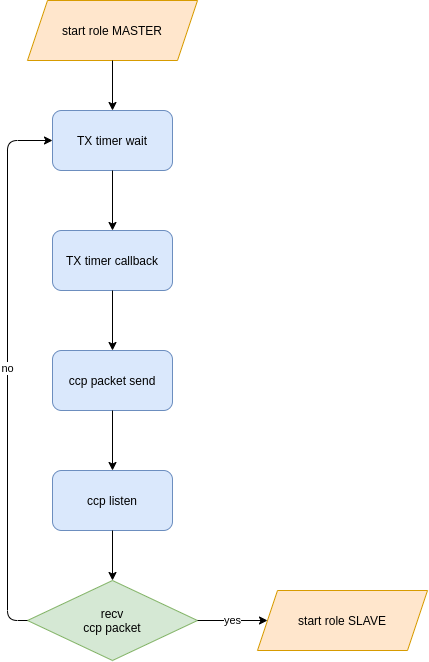
This is reports/03_firmware/img/ccp_master_flow_chart.png from tuannv-github/uwb-ips, a draw.io export, as it was before one commit. Source tidied: cells renumbered, new cells last; positions are measured from the earlier drawing's top-left corner, leaving out a move shared by most shapes. Its diagram source:
```xml
<mxGraphModel>
  <root>
    <mxCell id="0" />
    <mxCell id="1" parent="0" />
    <mxCell id="2" value="yes" style="endArrow=classic;html=1;exitX=0.5;exitY=1;exitDx=0;exitDy=0;entryX=0;entryY=0.5;entryDx=0;entryDy=0;" parent="1" edge="1" source="x">
      <mxGeometry relative="1" as="geometry">
        <mxPoint x="70" y="50" as="targetPoint" />
        <Array as="points">
          <mxPoint x="310" y="840" />
          <mxPoint y="840" />
          <mxPoint y="50" />
        </Array>
      </mxGeometry>
    </mxCell>
    <mxCell id="3" value="&lt;span&gt;start role MASTER&lt;/span&gt;&lt;span&gt;&lt;br&gt;&lt;/span&gt;" style="shape=parallelogram;perimeter=parallelogramPerimeter;whiteSpace=wrap;html=1;fixedSize=1;fillColor=#ffe6cc;strokeColor=#d79b00;" parent="1" vertex="1">
      <mxGeometry x="90" width="170" height="60" as="geometry" />
    </mxCell>
    <mxCell id="4" value="&lt;span&gt;TX timer callback&lt;/span&gt;" style="rounded=1;whiteSpace=wrap;html=1;fillColor=#dae8fc;strokeColor=#6c8ebf;" parent="1" vertex="1">
      <mxGeometry x="115" y="230" width="120" height="60" as="geometry" />
    </mxCell>
    <mxCell id="5" style="endArrow=classic;html=1;exitX=0.5;exitY=1;exitDx=0;exitDy=0;entryX=0.5;entryY=0;entryDx=0;entryDy=0;" parent="1" edge="1" source="3" target="8">
      <mxGeometry relative="1" as="geometry" />
    </mxCell>
    <mxCell id="6" value="ccp packet send" style="rounded=1;whiteSpace=wrap;html=1;fillColor=#dae8fc;strokeColor=#6c8ebf;" parent="1" vertex="1">
      <mxGeometry x="115" y="350" width="120" height="60" as="geometry" />
    </mxCell>
    <mxCell id="7" value="ccp listen" style="rounded=1;whiteSpace=wrap;html=1;fillColor=#dae8fc;strokeColor=#6c8ebf;" parent="1" vertex="1">
      <mxGeometry x="115" y="470" width="120" height="60" as="geometry" />
    </mxCell>
    <mxCell id="8" value="&lt;span&gt;TX timer wait&lt;/span&gt;" style="rounded=1;whiteSpace=wrap;html=1;fillColor=#dae8fc;strokeColor=#6c8ebf;" parent="1" vertex="1">
      <mxGeometry x="115" y="110" width="120" height="60" as="geometry" />
    </mxCell>
    <mxCell id="9" style="endArrow=classic;html=1;exitX=0.5;exitY=1;exitDx=0;exitDy=0;entryX=0.5;entryY=0;entryDx=0;entryDy=0;" parent="1" edge="1" source="8" target="4">
      <mxGeometry relative="1" as="geometry" />
    </mxCell>
    <mxCell id="10" style="endArrow=classic;html=1;exitX=0.5;exitY=1;exitDx=0;exitDy=0;entryX=0.5;entryY=0;entryDx=0;entryDy=0;" parent="1" edge="1" source="4" target="6">
      <mxGeometry relative="1" as="geometry" />
    </mxCell>
    <mxCell id="11" value="recv&lt;br&gt;ccp packet" style="rhombus;whiteSpace=wrap;html=1;fillColor=#d5e8d4;strokeColor=#82b366;" parent="1" vertex="1">
      <mxGeometry x="90" y="580" width="170" height="80" as="geometry" />
    </mxCell>
    <mxCell id="12" style="endArrow=classic;html=1;exitX=0.5;exitY=1;exitDx=0;exitDy=0;entryX=0.5;entryY=0;entryDx=0;entryDy=0;" parent="1" edge="1" source="6" target="7">
      <mxGeometry relative="1" as="geometry" />
    </mxCell>
    <mxCell id="13" style="endArrow=classic;html=1;exitX=0.5;exitY=1;exitDx=0;exitDy=0;entryX=0.5;entryY=0;entryDx=0;entryDy=0;" parent="1" edge="1" source="7" target="11">
      <mxGeometry relative="1" as="geometry" />
    </mxCell>
    <mxCell id="14" value="&lt;span&gt;start role SLAVE&lt;/span&gt;&lt;span&gt;&lt;br&gt;&lt;/span&gt;" style="shape=parallelogram;perimeter=parallelogramPerimeter;whiteSpace=wrap;html=1;fixedSize=1;fillColor=#ffe6cc;strokeColor=#d79b00;" parent="1" vertex="1">
      <mxGeometry x="320" y="590" width="170" height="60" as="geometry" />
    </mxCell>
    <mxCell id="15" value="yes" style="endArrow=classic;html=1;exitX=1;exitY=0.5;exitDx=0;exitDy=0;entryX=0;entryY=0.5;entryDx=0;entryDy=0;" parent="1" edge="1" source="11" target="14">
      <mxGeometry relative="1" as="geometry" />
    </mxCell>
    <mxCell id="16" value="no" style="endArrow=classic;html=1;exitX=0;exitY=0.5;exitDx=0;exitDy=0;entryX=0;entryY=0.5;entryDx=0;entryDy=0;" parent="1" edge="1" source="11" target="8">
      <mxGeometry relative="1" as="geometry">
        <Array as="points">
          <mxPoint x="70" y="620" />
          <mxPoint x="70" y="140" />
        </Array>
      </mxGeometry>
    </mxCell>
  </root>
</mxGraphModel>
```
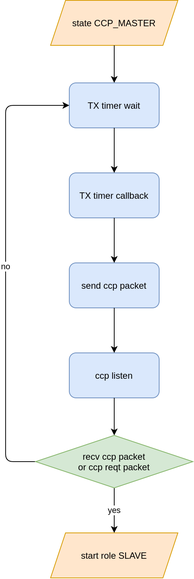
Above is the later version.

Commit message:
add ccp packet description

The edit, as a diff of the source:
```diff
@@ -2,17 +2,7 @@
   <root>
     <mxCell id="0" />
     <mxCell id="1" parent="0" />
-    <mxCell id="2" value="yes" style="endArrow=classic;html=1;exitX=0.5;exitY=1;exitDx=0;exitDy=0;entryX=0;entryY=0.5;entryDx=0;entryDy=0;" parent="1" edge="1" source="x">
-      <mxGeometry relative="1" as="geometry">
-        <mxPoint x="70" y="50" as="targetPoint" />
-        <Array as="points">
-          <mxPoint x="310" y="840" />
-          <mxPoint y="840" />
-          <mxPoint y="50" />
-        </Array>
-      </mxGeometry>
-    </mxCell>
-    <mxCell id="3" value="&lt;span&gt;start role MASTER&lt;/span&gt;&lt;span&gt;&lt;br&gt;&lt;/span&gt;" style="shape=parallelogram;perimeter=parallelogramPerimeter;whiteSpace=wrap;html=1;fixedSize=1;fillColor=#ffe6cc;strokeColor=#d79b00;" parent="1" vertex="1">
+    <mxCell id="3" value="&lt;span&gt;state CCP_MASTER&lt;/span&gt;&lt;span&gt;&lt;br&gt;&lt;/span&gt;" style="shape=parallelogram;perimeter=parallelogramPerimeter;whiteSpace=wrap;html=1;fixedSize=1;fillColor=#ffe6cc;strokeColor=#d79b00;" parent="1" vertex="1">
       <mxGeometry x="90" width="170" height="60" as="geometry" />
     </mxCell>
     <mxCell id="4" value="&lt;span&gt;TX timer callback&lt;/span&gt;" style="rounded=1;whiteSpace=wrap;html=1;fillColor=#dae8fc;strokeColor=#6c8ebf;" parent="1" vertex="1">
@@ -21,7 +11,7 @@
     <mxCell id="5" style="endArrow=classic;html=1;exitX=0.5;exitY=1;exitDx=0;exitDy=0;entryX=0.5;entryY=0;entryDx=0;entryDy=0;" parent="1" edge="1" source="3" target="8">
       <mxGeometry relative="1" as="geometry" />
     </mxCell>
-    <mxCell id="6" value="ccp packet send" style="rounded=1;whiteSpace=wrap;html=1;fillColor=#dae8fc;strokeColor=#6c8ebf;" parent="1" vertex="1">
+    <mxCell id="6" value="send ccp packet" style="rounded=1;whiteSpace=wrap;html=1;fillColor=#dae8fc;strokeColor=#6c8ebf;" parent="1" vertex="1">
       <mxGeometry x="115" y="350" width="120" height="60" as="geometry" />
     </mxCell>
     <mxCell id="7" value="ccp listen" style="rounded=1;whiteSpace=wrap;html=1;fillColor=#dae8fc;strokeColor=#6c8ebf;" parent="1" vertex="1">
@@ -36,28 +26,28 @@
     <mxCell id="10" style="endArrow=classic;html=1;exitX=0.5;exitY=1;exitDx=0;exitDy=0;entryX=0.5;entryY=0;entryDx=0;entryDy=0;" parent="1" edge="1" source="4" target="6">
       <mxGeometry relative="1" as="geometry" />
     </mxCell>
-    <mxCell id="11" value="recv&lt;br&gt;ccp packet" style="rhombus;whiteSpace=wrap;html=1;fillColor=#d5e8d4;strokeColor=#82b366;" parent="1" vertex="1">
-      <mxGeometry x="90" y="580" width="170" height="80" as="geometry" />
-    </mxCell>
     <mxCell id="12" style="endArrow=classic;html=1;exitX=0.5;exitY=1;exitDx=0;exitDy=0;entryX=0.5;entryY=0;entryDx=0;entryDy=0;" parent="1" edge="1" source="6" target="7">
       <mxGeometry relative="1" as="geometry" />
     </mxCell>
-    <mxCell id="13" style="endArrow=classic;html=1;exitX=0.5;exitY=1;exitDx=0;exitDy=0;entryX=0.5;entryY=0;entryDx=0;entryDy=0;" parent="1" edge="1" source="7" target="11">
+    <mxCell id="13" style="endArrow=classic;html=1;exitX=0.5;exitY=1;exitDx=0;exitDy=0;entryX=0.5;entryY=0;entryDx=0;entryDy=0;" parent="1" edge="1" source="7" target="17">
       <mxGeometry relative="1" as="geometry" />
     </mxCell>
     <mxCell id="14" value="&lt;span&gt;start role SLAVE&lt;/span&gt;&lt;span&gt;&lt;br&gt;&lt;/span&gt;" style="shape=parallelogram;perimeter=parallelogramPerimeter;whiteSpace=wrap;html=1;fixedSize=1;fillColor=#ffe6cc;strokeColor=#d79b00;" parent="1" vertex="1">
-      <mxGeometry x="320" y="590" width="170" height="60" as="geometry" />
+      <mxGeometry x="90" y="710" width="170" height="60" as="geometry" />
     </mxCell>
-    <mxCell id="15" value="yes" style="endArrow=classic;html=1;exitX=1;exitY=0.5;exitDx=0;exitDy=0;entryX=0;entryY=0.5;entryDx=0;entryDy=0;" parent="1" edge="1" source="11" target="14">
+    <mxCell id="15" value="yes" style="endArrow=classic;html=1;exitX=0.5;exitY=1;exitDx=0;exitDy=0;entryX=0.5;entryY=0;entryDx=0;entryDy=0;" parent="1" edge="1" source="17" target="14">
       <mxGeometry relative="1" as="geometry" />
     </mxCell>
-    <mxCell id="16" value="no" style="endArrow=classic;html=1;exitX=0;exitY=0.5;exitDx=0;exitDy=0;entryX=0;entryY=0.5;entryDx=0;entryDy=0;" parent="1" edge="1" source="11" target="8">
+    <mxCell id="16" value="no" style="endArrow=classic;html=1;exitX=0;exitY=0.5;exitDx=0;exitDy=0;entryX=0;entryY=0.5;entryDx=0;entryDy=0;" parent="1" edge="1" source="17" target="8">
       <mxGeometry relative="1" as="geometry">
         <Array as="points">
-          <mxPoint x="70" y="620" />
-          <mxPoint x="70" y="140" />
+          <mxPoint x="30" y="615" />
+          <mxPoint x="30" y="140" />
         </Array>
       </mxGeometry>
     </mxCell>
+    <mxCell id="17" value="recv ccp packet&lt;br&gt;or ccp reqt packet" style="rhombus;whiteSpace=wrap;html=1;fillColor=#d5e8d4;strokeColor=#82b366;" parent="1" vertex="1">
+      <mxGeometry x="70" y="580" width="210" height="70" as="geometry" />
+    </mxCell>
   </root>
 </mxGraphModel>
```
